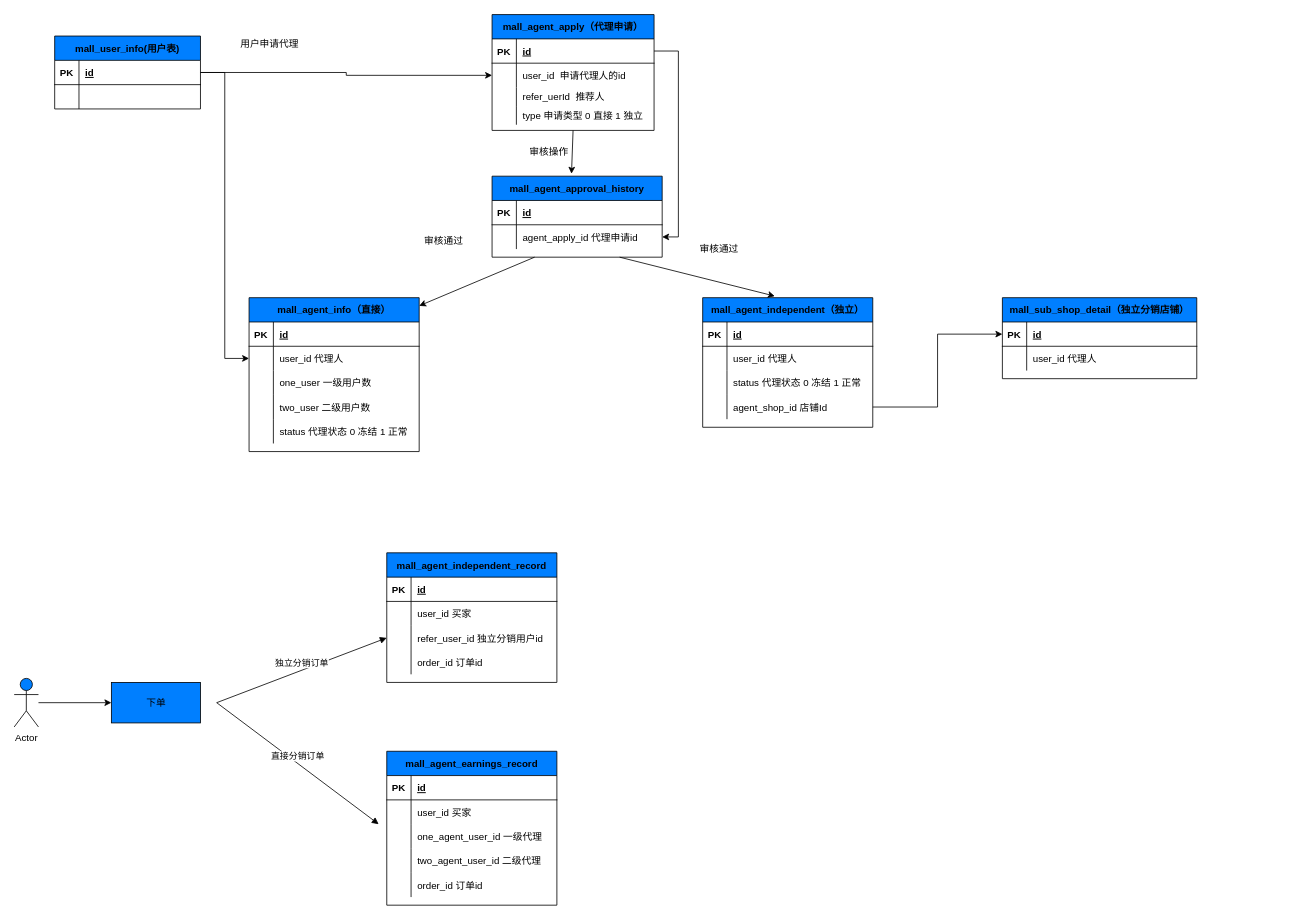
Earlier version of the draw.io diagram 商城数据库关联关系.drawio (wangkan0426/hello-world). Source tidied: cells renumbered, new cells numbered last; positions are measured from the earlier drawing's top-left corner, leaving out a move shared by most shapes. Both pictures are drawn from the tidied source at 81%, with x=0, y=0 at pixel (14, 14).
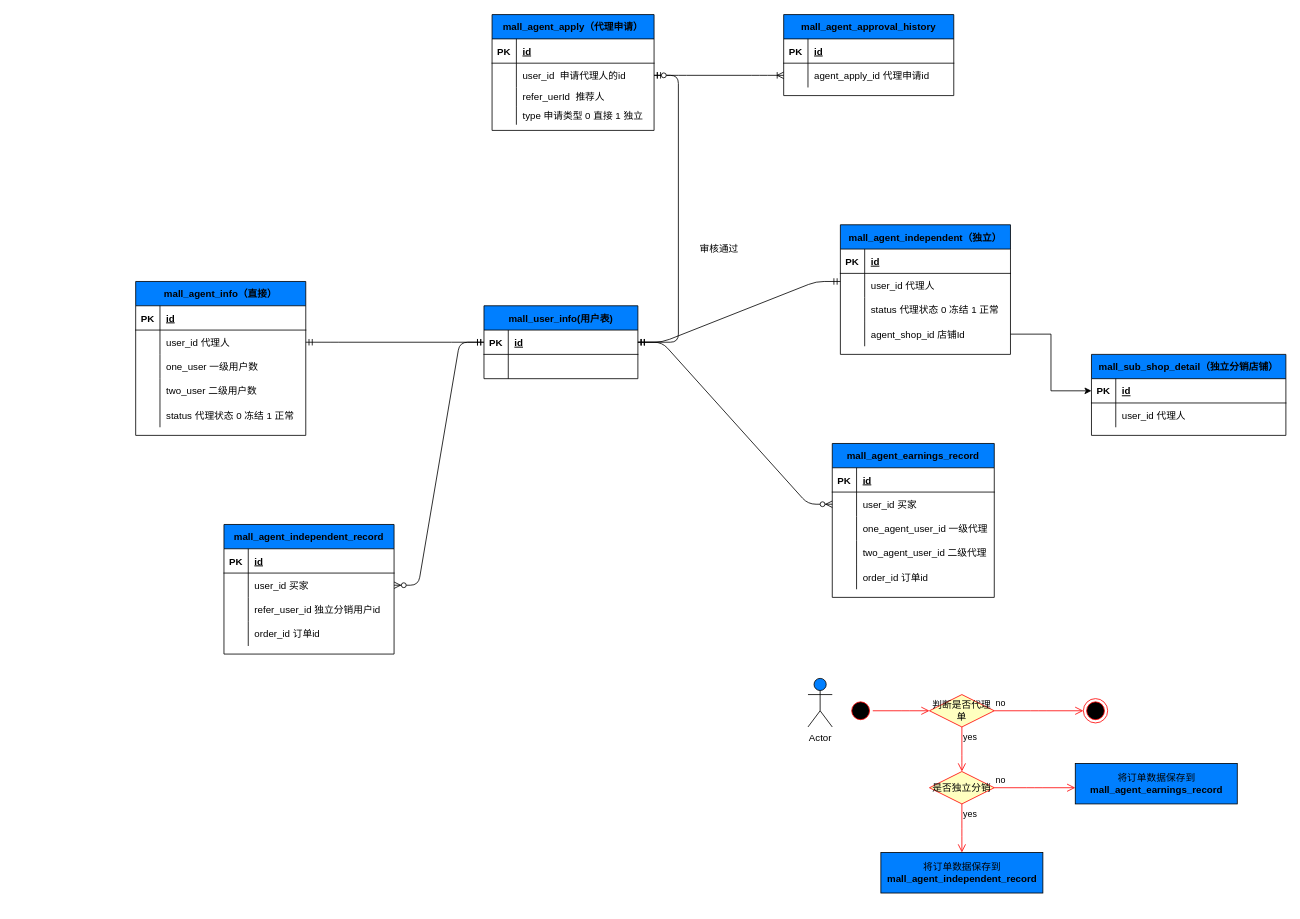
Above is the later version.

Commit message (it also covers changes not shown here):
Update 商城数据库关联关系.drawio

Unchanged cells that the change refers to:
```xml
<mxCell id="10" value="mall_agent_apply（代理申请）" style="shape=table;startSize=30;childLayout=tableLayout;rowLines=0;fontStyle=1;align=center;fillColor=#007FFF;" parent="1" vertex="1">
  <mxGeometry x="590" y="0.5" width="200" height="143" as="geometry" />
</mxCell>
<mxCell id="11" style="shape=partialRectangle;fillColor=none;top=0;left=0;bottom=1;right=0;points=[[0,0.5],[1,0.5]];portConstraint=eastwest;" parent="10" vertex="1">
  <mxGeometry y="30" width="200" height="30" as="geometry" />
</mxCell>
<mxCell id="14" style="shape=partialRectangle;fillColor=none;top=0;left=0;bottom=0;right=0;points=[[0,0.5],[1,0.5]];portConstraint=eastwest;" parent="10" vertex="1">
  <mxGeometry y="60" width="200" height="30" as="geometry" />
</mxCell>
<mxCell id="28" style="shape=partialRectangle;fillColor=none;top=0;left=0;bottom=0;right=0;points=[[0,0.5],[1,0.5]];portConstraint=eastwest;" parent="24" vertex="1">
  <mxGeometry y="60" width="210" height="30" as="geometry" />
</mxCell>
<mxCell id="78" style="shape=partialRectangle;fillColor=none;top=0;left=0;bottom=0;right=0;points=[[0,0.5],[1,0.5]];portConstraint=eastwest;" parent="74" vertex="1">
  <mxGeometry y="60" width="210" height="30" as="geometry" />
</mxCell>
<mxCell id="81" style="shape=partialRectangle;fillColor=none;top=0;left=0;bottom=0;right=0;points=[[0,0.5],[1,0.5]];portConstraint=eastwest;" parent="74" vertex="1">
  <mxGeometry y="90" width="210" height="30" as="geometry" />
</mxCell>
<mxCell id="91" style="shape=partialRectangle;fillColor=none;top=0;left=0;bottom=0;right=0;points=[[0,0.5],[1,0.5]];portConstraint=eastwest;" parent="87" vertex="1">
  <mxGeometry y="60" width="210" height="30" as="geometry" />
</mxCell>
```

What changed in the source:
```diff
@@
-    <mxCell id="2" style="edgeStyle=orthogonalEdgeStyle;rounded=0;jettySize=auto;html=1;" parent="1" edge="1" source="3" target="14">
-      <mxGeometry relative="1" as="geometry" />
-    </mxCell>
     <mxCell id="3" value="mall_user_info(用户表)" style="shape=table;startSize=30;childLayout=tableLayout;rowLines=0;fontStyle=1;align=center;fillColor=#007FFF;" parent="1" vertex="1">
-      <mxGeometry x="50" y="27" width="180" height="90" as="geometry" />
+      <mxGeometry x="580" y="360" width="190" height="90" as="geometry" />
     </mxCell>
     <mxCell id="4" style="shape=partialRectangle;fillColor=none;top=0;left=0;bottom=1;right=0;points=[[0,0.5],[1,0.5]];portConstraint=eastwest;" parent="3" vertex="1">
-      <mxGeometry y="30" width="180" height="30" as="geometry" />
+      <mxGeometry y="30" width="190" height="30" as="geometry" />
     </mxCell>
@@
     <mxCell id="6" value="id" style="shape=partialRectangle;fillColor=none;top=0;left=0;bottom=0;right=0;align=left;spacingLeft=6;fontStyle=5;overflow=hidden;" parent="4" vertex="1">
-      <mxGeometry x="30" width="150" height="30" as="geometry" />
+      <mxGeometry x="30" width="160" height="30" as="geometry" />
     </mxCell>
     <mxCell id="7" style="shape=partialRectangle;fillColor=none;top=0;left=0;bottom=0;right=0;" parent="3" vertex="1">
-      <mxGeometry y="60" width="180" height="30" as="geometry" />
+      <mxGeometry y="60" width="190" height="30" as="geometry" />
     </mxCell>
@@
     <mxCell id="9" style="shape=partialRectangle;fillColor=none;top=0;left=0;bottom=0;right=0;align=left;spacingLeft=6;overflow=hidden;" parent="7" vertex="1">
-      <mxGeometry x="30" width="150" height="30" as="geometry" />
+      <mxGeometry x="30" width="160" height="30" as="geometry" />
     </mxCell>
@@
-    <mxCell id="23" value="用户申请代理&lt;br&gt;" style="text;html=1;align=center;verticalAlign=middle;" parent="1" vertex="1">
-      <mxGeometry x="270" y="27" width="90" height="20" as="geometry" />
-    </mxCell>
     <mxCell id="24" value="mall_agent_info（直接）" style="shape=table;startSize=30;childLayout=tableLayout;rowLines=0;fontStyle=1;align=center;fillColor=#007FFF;" parent="1" vertex="1">
-      <mxGeometry x="290" y="350" width="210" height="190" as="geometry" />
+      <mxGeometry x="150" y="330" width="210" height="190" as="geometry" />
     </mxCell>
@@
-    <mxCell id="40" style="edgeStyle=orthogonalEdgeStyle;rounded=0;jettySize=auto;html=1;entryX=0;entryY=0.5;entryDx=0;entryDy=0;" parent="1" edge="1" source="4" target="28">
-      <mxGeometry relative="1" as="geometry" />
-    </mxCell>
     <mxCell id="41" value="mall_agent_independent（独立）" style="shape=table;startSize=30;childLayout=tableLayout;rowLines=0;fontStyle=1;align=center;fillColor=#007FFF;" parent="1" vertex="1">
-      <mxGeometry x="850" y="350" width="210" height="160" as="geometry" />
+      <mxGeometry x="1020" y="260" width="210" height="160" as="geometry" />
     </mxCell>
@@
-    <mxCell id="54" style="endArrow=classic;html=1;exitX=0.25;exitY=1;exitDx=0;exitDy=0;entryX=1;entryY=0.053;entryDx=0;entryDy=0;entryPerimeter=0;" parent="1" edge="1" source="87" target="24">
-      <mxGeometry relative="1" as="geometry" />
-    </mxCell>
-    <mxCell id="55" value="审核通过" style="text;html=1;align=center;verticalAlign=middle;" parent="1" vertex="1">
-      <mxGeometry x="500" y="270" width="60" height="20" as="geometry" />
-    </mxCell>
-    <mxCell id="56" style="endArrow=classic;html=1;entryX=0.424;entryY=-0.012;entryDx=0;entryDy=0;entryPerimeter=0;exitX=0.75;exitY=1;exitDx=0;exitDy=0;" parent="1" edge="1" source="87" target="41">
-      <mxGeometry relative="1" as="geometry" />
-    </mxCell>
@@
     <mxCell id="58" value="mall_agent_earnings_record" style="shape=table;startSize=30;childLayout=tableLayout;rowLines=0;fontStyle=1;align=center;fillColor=#007FFF;" parent="1" vertex="1">
-      <mxGeometry x="460" y="910" width="210" height="190" as="geometry" />
+      <mxGeometry x="1010" y="530" width="200" height="190" as="geometry" />
     </mxCell>
     <mxCell id="59" style="shape=partialRectangle;fillColor=none;top=0;left=0;bottom=1;right=0;" parent="58" vertex="1">
-      <mxGeometry y="30" width="210" height="30" as="geometry" />
+      <mxGeometry y="30" width="200" height="30" as="geometry" />
     </mxCell>
@@
     <mxCell id="61" value="id" style="shape=partialRectangle;fillColor=none;top=0;left=0;bottom=0;right=0;align=left;spacingLeft=6;fontStyle=5;overflow=hidden;" parent="59" vertex="1">
-      <mxGeometry x="30" width="180" height="30" as="geometry" />
+      <mxGeometry x="30" width="170" height="30" as="geometry" />
     </mxCell>
     <mxCell id="62" style="shape=partialRectangle;fillColor=none;top=0;left=0;bottom=0;right=0;points=[[0,0.5],[1,0.5]];portConstraint=eastwest;" parent="58" vertex="1">
-      <mxGeometry y="60" width="210" height="30" as="geometry" />
+      <mxGeometry y="60" width="200" height="30" as="geometry" />
     </mxCell>
@@
     <mxCell id="64" value="user_id 买家" style="shape=partialRectangle;fillColor=none;top=0;left=0;bottom=0;right=0;align=left;spacingLeft=6;overflow=hidden;" parent="62" vertex="1">
-      <mxGeometry x="30" width="180" height="30" as="geometry" />
+      <mxGeometry x="30" width="170" height="30" as="geometry" />
     </mxCell>
     <mxCell id="65" style="shape=partialRectangle;fillColor=none;top=0;left=0;bottom=0;right=0;" parent="58" vertex="1">
-      <mxGeometry y="90" width="210" height="30" as="geometry" />
+      <mxGeometry y="90" width="200" height="30" as="geometry" />
     </mxCell>
@@
     <mxCell id="67" value="one_agent_user_id 一级代理" style="shape=partialRectangle;fillColor=none;top=0;left=0;bottom=0;right=0;align=left;spacingLeft=6;overflow=hidden;" parent="65" vertex="1">
-      <mxGeometry x="30" width="180" height="30" as="geometry" />
+      <mxGeometry x="30" width="170" height="30" as="geometry" />
     </mxCell>
     <mxCell id="68" style="shape=partialRectangle;fillColor=none;top=0;left=0;bottom=0;right=0;" parent="58" vertex="1">
-      <mxGeometry y="120" width="210" height="30" as="geometry" />
+      <mxGeometry y="120" width="200" height="30" as="geometry" />
     </mxCell>
@@
     <mxCell id="70" value="two_agent_user_id 二级代理" style="shape=partialRectangle;fillColor=none;top=0;left=0;bottom=0;right=0;align=left;spacingLeft=6;overflow=hidden;" parent="68" vertex="1">
-      <mxGeometry x="30" width="180" height="30" as="geometry" />
+      <mxGeometry x="30" width="170" height="30" as="geometry" />
     </mxCell>
     <mxCell id="71" style="shape=partialRectangle;fillColor=none;top=0;left=0;bottom=0;right=0;" parent="58" vertex="1">
-      <mxGeometry y="150" width="210" height="30" as="geometry" />
+      <mxGeometry y="150" width="200" height="30" as="geometry" />
     </mxCell>
@@
     <mxCell id="73" value="order_id 订单id" style="shape=partialRectangle;fillColor=none;top=0;left=0;bottom=0;right=0;align=left;spacingLeft=6;overflow=hidden;" parent="71" vertex="1">
-      <mxGeometry x="30" width="180" height="30" as="geometry" />
+      <mxGeometry x="30" width="170" height="30" as="geometry" />
     </mxCell>
     <mxCell id="74" value="mall_agent_independent_record" style="shape=table;startSize=30;childLayout=tableLayout;rowLines=0;fontStyle=1;align=center;fillColor=#007FFF;" parent="1" vertex="1">
-      <mxGeometry x="460" y="665" width="210" height="160" as="geometry" />
+      <mxGeometry x="259" y="630" width="210" height="160" as="geometry" />
     </mxCell>
@@
     <mxCell id="87" value="mall_agent_approval_history" style="shape=table;startSize=30;childLayout=tableLayout;rowLines=0;fontStyle=1;align=center;fillColor=#007FFF;" parent="1" vertex="1">
-      <mxGeometry x="590" y="200" width="210" height="100" as="geometry" />
+      <mxGeometry x="950" y="0.5" width="210" height="100" as="geometry" />
     </mxCell>
@@
-    <mxCell id="94" style="endArrow=classic;html=1;exitX=0.5;exitY=1;exitDx=0;exitDy=0;entryX=0.467;entryY=-0.03;entryDx=0;entryDy=0;entryPerimeter=0;" parent="1" edge="1" source="10" target="87">
-      <mxGeometry relative="1" as="geometry" />
-    </mxCell>
-    <mxCell id="95" value="审核操作" style="text;html=1;align=center;verticalAlign=middle;" parent="1" vertex="1">
-      <mxGeometry x="630" y="160" width="60" height="20" as="geometry" />
-    </mxCell>
-    <mxCell id="96" style="edgeStyle=orthogonalEdgeStyle;rounded=0;jettySize=auto;html=1;entryX=1;entryY=0.5;entryDx=0;entryDy=0;" parent="1" edge="1" source="11" target="91">
-      <mxGeometry relative="1" as="geometry" />
-    </mxCell>
     <mxCell id="97" value="mall_sub_shop_detail（独立分销店铺）" style="shape=table;startSize=30;childLayout=tableLayout;rowLines=0;fontStyle=1;align=center;fillColor=#007FFF;" parent="1" vertex="1">
-      <mxGeometry x="1220" y="350" width="240" height="100" as="geometry" />
+      <mxGeometry x="1330" y="420" width="240" height="100" as="geometry" />
     </mxCell>
@@
-    <mxCell id="105" style="edgeStyle=orthogonalEdgeStyle;rounded=0;jettySize=auto;html=1;entryX=0;entryY=0.5;entryDx=0;entryDy=0;" parent="1" edge="1" source="106" target="107">
-      <mxGeometry relative="1" as="geometry" />
-    </mxCell>
     <mxCell id="106" value="Actor" style="shape=umlActor;verticalLabelPosition=bottom;verticalAlign=top;html=1;fillColor=#007FFF;" parent="1" vertex="1">
-      <mxGeometry y="820" width="30" height="60" as="geometry" />
+      <mxGeometry x="980" y="820" width="30" height="60" as="geometry" />
     </mxCell>
-    <mxCell id="107" value="下单" style="html=1;fillColor=#007FFF;" parent="1" vertex="1">
-      <mxGeometry x="120" y="825" width="110" height="50" as="geometry" />
-    </mxCell>
-    <mxCell id="108" value="独立分销订单" style="html=1;verticalAlign=bottom;endArrow=block;entryX=0;entryY=0.5;entryDx=0;entryDy=0;" parent="1" edge="1" target="81">
-      <mxGeometry relative="1" as="geometry">
-        <mxPoint x="250" y="850" as="sourcePoint" />
-      </mxGeometry>
-    </mxCell>
-    <mxCell id="109" value="直接分销订单" style="html=1;verticalAlign=bottom;endArrow=block;" parent="1" edge="1">
-      <mxGeometry relative="1" as="geometry">
-        <mxPoint x="250" y="850" as="sourcePoint" />
-        <mxPoint x="450" y="1000" as="targetPoint" />
-      </mxGeometry>
-    </mxCell>
+    <mxCell id="110" style="ellipse;html=1;shape=startState;fillColor=#000000;strokeColor=#ff0000;" parent="1" vertex="1">
+      <mxGeometry x="1030" y="845" width="30" height="30" as="geometry" />
+    </mxCell>
+    <mxCell id="111" style="edgeStyle=orthogonalEdgeStyle;html=1;verticalAlign=bottom;endArrow=open;endSize=8;strokeColor=#ff0000;" parent="1" edge="1" source="110">
+      <mxGeometry relative="1" as="geometry">
+        <mxPoint x="1130" y="860" as="targetPoint" />
+      </mxGeometry>
+    </mxCell>
+    <mxCell id="112" value="判断是否代理单" style="rhombus;whiteSpace=wrap;html=1;fillColor=#ffffc0;strokeColor=#ff0000;" parent="1" vertex="1">
+      <mxGeometry x="1130" y="840" width="80" height="40" as="geometry" />
+    </mxCell>
+    <mxCell id="113" value="no" style="edgeStyle=orthogonalEdgeStyle;html=1;align=left;verticalAlign=bottom;endArrow=open;endSize=8;strokeColor=#ff0000;" parent="1" edge="1" source="112">
+      <mxGeometry x="-1" relative="1" as="geometry">
+        <mxPoint x="1320" y="860" as="targetPoint" />
+      </mxGeometry>
+    </mxCell>
+    <mxCell id="114" value="yes" style="edgeStyle=orthogonalEdgeStyle;html=1;align=left;verticalAlign=top;endArrow=open;endSize=8;strokeColor=#ff0000;" parent="1" edge="1" source="112">
+      <mxGeometry x="-1" relative="1" as="geometry">
+        <mxPoint x="1170" y="935" as="targetPoint" />
+        <Array as="points">
+          <mxPoint x="1170" y="925" />
+          <mxPoint x="1170" y="925" />
+        </Array>
+      </mxGeometry>
+    </mxCell>
+    <mxCell id="115" style="ellipse;html=1;shape=endState;fillColor=#000000;strokeColor=#ff0000;" parent="1" vertex="1">
+      <mxGeometry x="1320" y="845" width="30" height="30" as="geometry" />
+    </mxCell>
+    <mxCell id="116" value="是否独立分销" style="rhombus;whiteSpace=wrap;html=1;fillColor=#ffffc0;strokeColor=#ff0000;" parent="1" vertex="1">
+      <mxGeometry x="1130" y="935" width="80" height="40" as="geometry" />
+    </mxCell>
+    <mxCell id="117" value="no" style="edgeStyle=orthogonalEdgeStyle;html=1;align=left;verticalAlign=bottom;endArrow=open;endSize=8;strokeColor=#ff0000;" parent="1" edge="1" source="116">
+      <mxGeometry x="-1" relative="1" as="geometry">
+        <mxPoint x="1310" y="955" as="targetPoint" />
+      </mxGeometry>
+    </mxCell>
+    <mxCell id="118" value="yes" style="edgeStyle=orthogonalEdgeStyle;html=1;align=left;verticalAlign=top;endArrow=open;endSize=8;strokeColor=#ff0000;" parent="1" edge="1" source="116">
+      <mxGeometry x="-1" relative="1" as="geometry">
+        <mxPoint x="1170" y="1035" as="targetPoint" />
+      </mxGeometry>
+    </mxCell>
+    <mxCell id="119" value="将订单数据保存到&lt;br&gt;&lt;span style=&quot;font-weight: 700&quot;&gt;mall_agent_independent_record&lt;/span&gt;" style="html=1;fillColor=#007FFF;align=center;" parent="1" vertex="1">
+      <mxGeometry x="1070" y="1035" width="200" height="50" as="geometry" />
+    </mxCell>
+    <mxCell id="120" value="将订单数据保存到&lt;br&gt;&lt;span style=&quot;font-weight: 700&quot;&gt;mall_agent_earnings_record&lt;/span&gt;" style="html=1;fillColor=#007FFF;align=center;" parent="1" vertex="1">
+      <mxGeometry x="1310" y="925" width="200" height="50" as="geometry" />
+    </mxCell>
+    <mxCell id="121" style="edgeStyle=entityRelationEdgeStyle;fontSize=12;html=1;endArrow=ERmandOne;startArrow=ERmandOne;exitX=1;exitY=0.5;exitDx=0;exitDy=0;" parent="1" edge="1" source="4">
+      <mxGeometry relative="1" as="geometry">
+        <mxPoint x="1020" y="330" as="targetPoint" />
+      </mxGeometry>
+    </mxCell>
+    <mxCell id="122" style="edgeStyle=entityRelationEdgeStyle;fontSize=12;html=1;endArrow=ERmandOne;startArrow=ERmandOne;exitX=1;exitY=0.5;exitDx=0;exitDy=0;" parent="1" edge="1" source="4" target="14">
+      <mxGeometry relative="1" as="geometry" />
+    </mxCell>
+    <mxCell id="123" style="edgeStyle=entityRelationEdgeStyle;fontSize=12;html=1;endArrow=ERoneToMany;startArrow=ERzeroToOne;exitX=1;exitY=0.5;exitDx=0;exitDy=0;entryX=0;entryY=0.5;entryDx=0;entryDy=0;" parent="1" edge="1" source="14" target="91">
+      <mxGeometry relative="1" as="geometry" />
+    </mxCell>
+    <mxCell id="124" style="edgeStyle=entityRelationEdgeStyle;fontSize=12;html=1;endArrow=ERzeroToMany;startArrow=ERmandOne;entryX=0;entryY=0.5;entryDx=0;entryDy=0;exitX=1;exitY=0.5;exitDx=0;exitDy=0;" parent="1" edge="1" source="4" target="62">
+      <mxGeometry relative="1" as="geometry" />
+    </mxCell>
+    <mxCell id="125" style="edgeStyle=entityRelationEdgeStyle;fontSize=12;html=1;endArrow=ERzeroToMany;startArrow=ERmandOne;exitX=0;exitY=0.5;exitDx=0;exitDy=0;" parent="1" edge="1" source="4" target="78">
+      <mxGeometry relative="1" as="geometry" />
+    </mxCell>
+    <mxCell id="126" style="edgeStyle=entityRelationEdgeStyle;fontSize=12;html=1;endArrow=ERmandOne;startArrow=ERmandOne;" parent="1" edge="1" source="28">
+      <mxGeometry relative="1" as="geometry">
+        <mxPoint x="580" y="405" as="targetPoint" />
+      </mxGeometry>
+    </mxCell>
```
